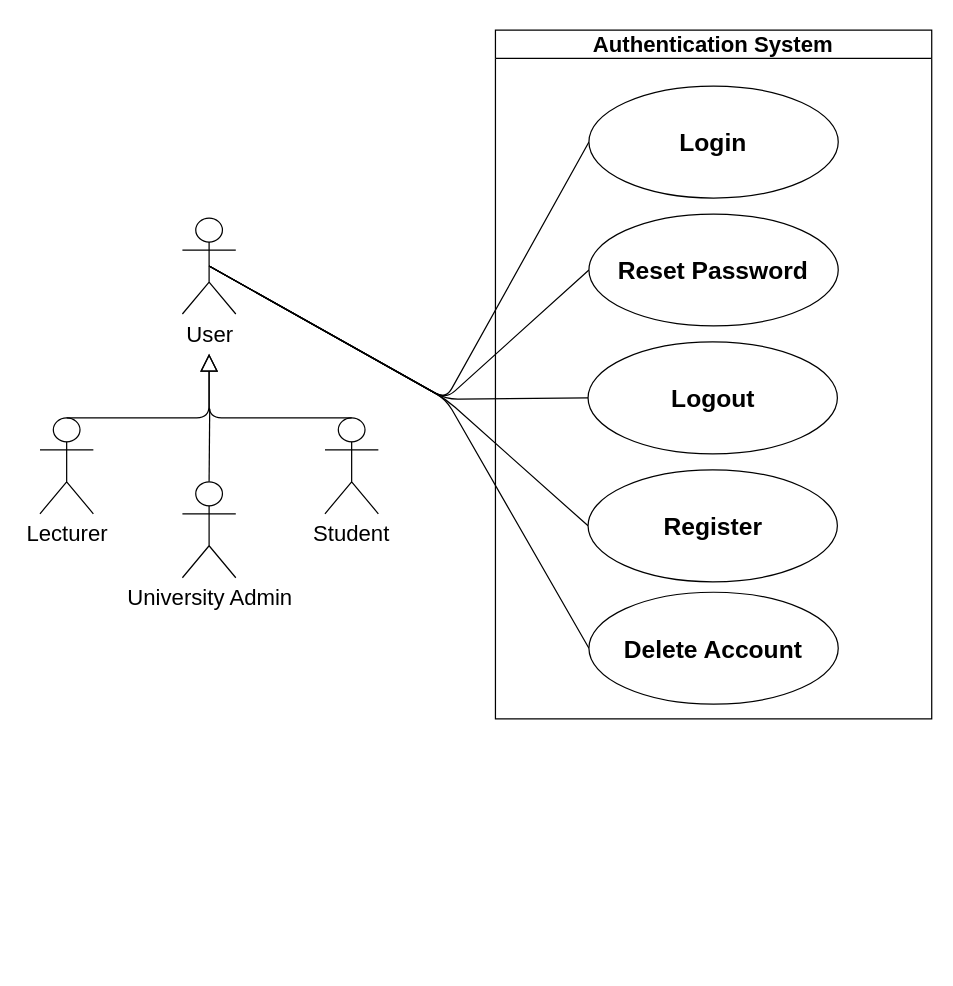
COS301-SE-2026/UMTAS keeps this draw.io diagram as page "Authentication System" (1 of 16) of docs/diagrams/requirements/Requirements.drawio. Above is the earlier version. Source tidied: cells renumbered, new cells numbered last; positions are measured from the earlier drawing's top-left corner, leaving out a move shared by most shapes. Both pictures are drawn from the tidied source at 123%, with x=0, y=0 at pixel (21, 30).
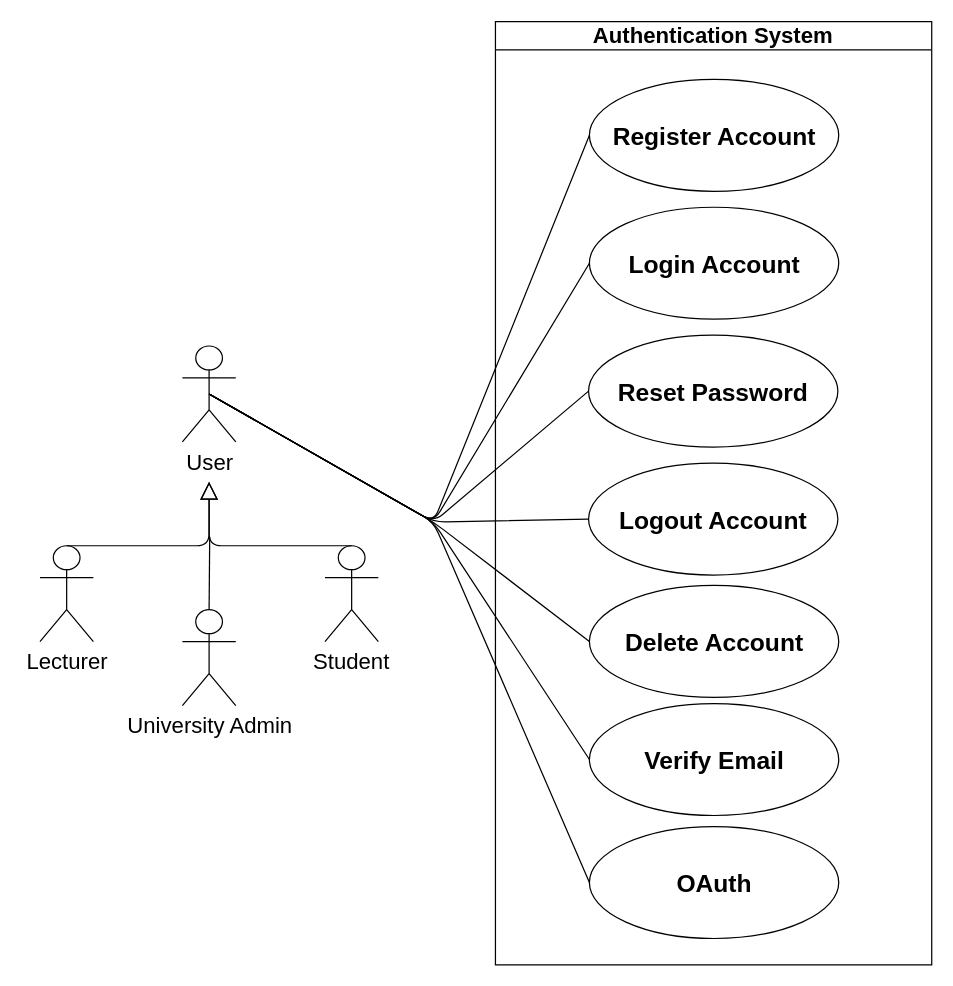
Above is the later version.

Change to the diagram source:
```diff
@@
-    <mxCell id="2" style="group;" parent="1" vertex="1">
-      <mxGeometry width="740" height="560" as="geometry" />
-    </mxCell>
+    <mxCell id="21" style="group;" parent="1" vertex="1">
+      <mxGeometry x="15" y="-7" width="725" height="767" as="geometry" />
+    </mxCell>
-    <mxCell id="3" style="endArrow=none;html=1;exitX=0.5;exitY=0;exitDx=0;exitDy=0;exitPerimeter=0;" parent="2" edge="1" source="11">
+    <mxCell id="3" style="endArrow=none;html=1;exitX=0.5;exitY=0;exitDx=0;exitDy=0;exitPerimeter=0;" parent="21" edge="1" source="11">
       <mxGeometry relative="1" as="geometry">
-        <mxPoint x="153" y="307.9" as="targetPoint" />
+        <mxPoint x="138" y="418.9" as="targetPoint" />
       </mxGeometry>
     </mxCell>
-    <mxCell id="4" style="endArrow=none;html=1;exitX=0.5;exitY=0.5;exitDx=0;exitDy=0;exitPerimeter=0;entryX=0;entryY=0.5;entryDx=0;entryDy=0;" parent="2" edge="1" source="9" target="16">
+    <mxCell id="4" style="endArrow=none;html=1;exitX=0.5;exitY=0.5;exitDx=0;exitDy=0;exitPerimeter=0;entryX=0;entryY=0.5;entryDx=0;entryDy=0;" parent="21" edge="1" source="9" target="16">
       <mxGeometry relative="1" as="geometry">
         <Array as="points">
-          <mxPoint x="345" y="300" />
+          <mxPoint x="320" y="407" />
         </Array>
       </mxGeometry>
     </mxCell>
-    <mxCell id="5" style="endArrow=none;html=1;exitX=0.5;exitY=0.5;exitDx=0;exitDy=0;exitPerimeter=0;entryX=0;entryY=0.5;entryDx=0;entryDy=0;" parent="2" edge="1" source="9" target="17">
+    <mxCell id="5" style="endArrow=none;html=1;exitX=0.5;exitY=0.5;exitDx=0;exitDy=0;exitPerimeter=0;entryX=0;entryY=0.5;entryDx=0;entryDy=0;" parent="21" edge="1" source="9" target="17">
       <mxGeometry relative="1" as="geometry">
         <Array as="points">
-          <mxPoint x="345" y="300" />
+          <mxPoint x="320" y="407" />
         </Array>
       </mxGeometry>
     </mxCell>
-    <mxCell id="6" style="endArrow=none;html=1;entryX=0.5;entryY=0.5;entryDx=0;entryDy=0;entryPerimeter=0;exitX=0;exitY=0.5;exitDx=0;exitDy=0;" parent="2" edge="1" source="18" target="9">
+    <mxCell id="6" style="endArrow=none;html=1;entryX=0.5;entryY=0.5;entryDx=0;entryDy=0;entryPerimeter=0;exitX=0;exitY=0.5;exitDx=0;exitDy=0;" parent="21" edge="1" source="18" target="9">
       <mxGeometry relative="1" as="geometry">
         <Array as="points">
-          <mxPoint x="345" y="300" />
+          <mxPoint x="320" y="407" />
         </Array>
       </mxGeometry>
     </mxCell>
-    <mxCell id="7" style="endArrow=none;html=1;exitX=0.5;exitY=0.5;exitDx=0;exitDy=0;exitPerimeter=0;entryX=0;entryY=0.5;entryDx=0;entryDy=0;" parent="2" edge="1" source="9" target="19">
+    <mxCell id="7" style="endArrow=none;html=1;exitX=0.5;exitY=0.5;exitDx=0;exitDy=0;exitPerimeter=0;entryX=0;entryY=0.5;entryDx=0;entryDy=0;" parent="21" edge="1" source="9" target="19">
       <mxGeometry relative="1" as="geometry">
         <Array as="points">
-          <mxPoint x="345" y="300" />
+          <mxPoint x="320" y="407" />
         </Array>
       </mxGeometry>
     </mxCell>
-    <mxCell id="8" style="endArrow=none;html=1;exitX=0.5;exitY=0.5;exitDx=0;exitDy=0;exitPerimeter=0;entryX=0;entryY=0.5;entryDx=0;entryDy=0;" parent="2" edge="1" source="9" target="20">
+    <mxCell id="8" style="endArrow=none;html=1;exitX=0.5;exitY=0.5;exitDx=0;exitDy=0;exitPerimeter=0;entryX=0;entryY=0.5;entryDx=0;entryDy=0;" parent="21" edge="1" source="9" target="20">
       <mxGeometry relative="1" as="geometry">
         <Array as="points">
-          <mxPoint x="345" y="300" />
+          <mxPoint x="320" y="407" />
         </Array>
       </mxGeometry>
     </mxCell>
-    <mxCell id="9" value="&lt;font style=&quot;font-size: 18px;&quot;&gt;User&lt;/font&gt;" style="shape=umlActor;verticalLabelPosition=bottom;verticalAlign=top;html=1;outlineConnect=0;" parent="2" vertex="1">
-      <mxGeometry x="130.8" y="152.8" width="43.4" height="78" as="geometry" />
+    <mxCell id="9" value="&lt;font style=&quot;font-size: 18px;&quot;&gt;User&lt;/font&gt;" style="shape=umlActor;verticalLabelPosition=bottom;verticalAlign=top;html=1;outlineConnect=0;" parent="21" vertex="1">
+      <mxGeometry x="115.8" y="263.8" width="43.4" height="78" as="geometry" />
     </mxCell>
-    <mxCell id="10" value="&lt;font style=&quot;font-size: 18px;&quot;&gt;Lecturer&lt;/font&gt;" style="shape=umlActor;verticalLabelPosition=bottom;verticalAlign=top;html=1;outlineConnect=0;" parent="2" vertex="1">
-      <mxGeometry x="15" y="315.2" width="43.4" height="78" as="geometry" />
+    <mxCell id="10" value="&lt;font style=&quot;font-size: 18px;&quot;&gt;Lecturer&lt;/font&gt;" style="shape=umlActor;verticalLabelPosition=bottom;verticalAlign=top;html=1;outlineConnect=0;" parent="21" vertex="1">
+      <mxGeometry y="426.2" width="43.4" height="78" as="geometry" />
     </mxCell>
-    <mxCell id="11" value="&lt;font style=&quot;font-size: 18px;&quot;&gt;University Admin&lt;/font&gt;" style="shape=umlActor;verticalLabelPosition=bottom;verticalAlign=top;html=1;outlineConnect=0;" parent="2" vertex="1">
-      <mxGeometry x="130.8" y="367.2" width="43.4" height="78" as="geometry" />
+    <mxCell id="11" value="&lt;font style=&quot;font-size: 18px;&quot;&gt;University Admin&lt;/font&gt;" style="shape=umlActor;verticalLabelPosition=bottom;verticalAlign=top;html=1;outlineConnect=0;" parent="21" vertex="1">
+      <mxGeometry x="115.8" y="478.2" width="43.4" height="78" as="geometry" />
     </mxCell>
-    <mxCell id="12" value="&lt;font style=&quot;font-size: 18px;&quot;&gt;Student&lt;/font&gt;" style="shape=umlActor;verticalLabelPosition=bottom;verticalAlign=top;html=1;outlineConnect=0;" parent="2" vertex="1">
-      <mxGeometry x="246.7" y="315.2" width="43.4" height="78" as="geometry" />
+    <mxCell id="12" value="&lt;font style=&quot;font-size: 18px;&quot;&gt;Student&lt;/font&gt;" style="shape=umlActor;verticalLabelPosition=bottom;verticalAlign=top;html=1;outlineConnect=0;" parent="21" vertex="1">
+      <mxGeometry x="231.7" y="426.2" width="43.4" height="78" as="geometry" />
     </mxCell>
-    <mxCell id="13" style="edgeStyle=none;html=1;endSize=12;endArrow=block;endFill=0;exitX=0.5;exitY=0;exitDx=0;exitDy=0;exitPerimeter=0;" parent="2" edge="1" source="10">
+    <mxCell id="13" style="edgeStyle=none;html=1;endSize=12;endArrow=block;endFill=0;exitX=0.5;exitY=0;exitDx=0;exitDy=0;exitPerimeter=0;" parent="21" edge="1" source="10">
       <mxGeometry relative="1" as="geometry">
-        <mxPoint x="152.5" y="263.2" as="targetPoint" />
+        <mxPoint x="137.5" y="374.2" as="targetPoint" />
         <Array as="points">
-          <mxPoint x="152.5" y="315.2" />
+          <mxPoint x="137.5" y="426.2" />
         </Array>
       </mxGeometry>
     </mxCell>
-    <mxCell id="14" style="edgeStyle=none;html=1;endSize=12;endArrow=block;endFill=0;exitX=0.5;exitY=0;exitDx=0;exitDy=0;exitPerimeter=0;" parent="2" edge="1" source="12">
+    <mxCell id="14" style="edgeStyle=none;html=1;endSize=12;endArrow=block;endFill=0;exitX=0.5;exitY=0;exitDx=0;exitDy=0;exitPerimeter=0;" parent="21" edge="1" source="12">
       <mxGeometry relative="1" as="geometry">
-        <mxPoint x="152.5" y="263.2" as="targetPoint" />
+        <mxPoint x="137.5" y="374.2" as="targetPoint" />
         <Array as="points">
-          <mxPoint x="152.5" y="315.2" />
+          <mxPoint x="137.5" y="426.2" />
         </Array>
       </mxGeometry>
     </mxCell>
-    <mxCell id="15" value="&lt;font style=&quot;font-size: 18px;&quot;&gt;Authentication System&lt;/font&gt;" style="swimlane;whiteSpace=wrap;html=1;" parent="2" vertex="1">
-      <mxGeometry x="385.3" width="354.7" height="560" as="geometry" />
+    <mxCell id="15" value="&lt;font style=&quot;font-size: 18px;&quot;&gt;Authentication System&lt;/font&gt;" style="swimlane;whiteSpace=wrap;html=1;" parent="21" vertex="1">
+      <mxGeometry x="370.3" width="354.7" height="767" as="geometry" />
     </mxCell>
-    <mxCell id="16" value="&lt;font style=&quot;font-size: 20px;&quot;&gt;&lt;b&gt;Logout&lt;/b&gt;&lt;/font&gt;" style="ellipse;whiteSpace=wrap;html=1;" parent="2" vertex="1">
-      <mxGeometry x="460.6" y="253.5" width="202.7" height="91" as="geometry" />
-    </mxCell>
-    <mxCell id="17" value="&lt;font style=&quot;font-size: 20px;&quot;&gt;&lt;b&gt;Login&lt;/b&gt;&lt;/font&gt;" style="ellipse;whiteSpace=wrap;html=1;" parent="2" vertex="1">
-      <mxGeometry x="461.3" y="45.5" width="202.7" height="91" as="geometry" />
+    <mxCell id="17" value="&lt;font style=&quot;font-size: 20px;&quot;&gt;&lt;b&gt;Register Account&lt;/b&gt;&lt;/font&gt;" style="ellipse;whiteSpace=wrap;html=1;" parent="15" vertex="1">
+      <mxGeometry x="76.4" y="47" width="202.7" height="91" as="geometry" />
     </mxCell>
-    <mxCell id="18" value="&lt;font style=&quot;font-size: 20px;&quot;&gt;&lt;b&gt;Reset Password&lt;/b&gt;&lt;/font&gt;" style="ellipse;whiteSpace=wrap;html=1;" parent="2" vertex="1">
-      <mxGeometry x="461.3" y="149.5" width="202.7" height="91" as="geometry" />
+    <mxCell id="18" value="&lt;font style=&quot;font-size: 20px;&quot;&gt;&lt;b&gt;Login Account&lt;/b&gt;&lt;/font&gt;" style="ellipse;whiteSpace=wrap;html=1;" parent="15" vertex="1">
+      <mxGeometry x="76.4" y="151" width="202.7" height="91" as="geometry" />
     </mxCell>
+    <mxCell id="16" value="&lt;font style=&quot;font-size: 20px;&quot;&gt;&lt;b&gt;Reset Password&lt;/b&gt;&lt;/font&gt;" style="ellipse;whiteSpace=wrap;html=1;" parent="15" vertex="1">
+      <mxGeometry x="75.7" y="255" width="202.7" height="91" as="geometry" />
+    </mxCell>
-    <mxCell id="19" value="&lt;font style=&quot;font-size: 20px;&quot;&gt;&lt;b&gt;Register&lt;/b&gt;&lt;/font&gt;" style="ellipse;whiteSpace=wrap;html=1;" parent="2" vertex="1">
-      <mxGeometry x="460.6" y="357.5" width="202.7" height="91" as="geometry" />
+    <mxCell id="19" value="&lt;font style=&quot;font-size: 20px;&quot;&gt;&lt;b&gt;Logout Account&lt;/b&gt;&lt;/font&gt;" style="ellipse;whiteSpace=wrap;html=1;" parent="15" vertex="1">
+      <mxGeometry x="75.7" y="359" width="202.7" height="91" as="geometry" />
     </mxCell>
-    <mxCell id="20" value="&lt;font style=&quot;font-size: 20px;&quot;&gt;&lt;b&gt;Delete Account&lt;/b&gt;&lt;/font&gt;" style="ellipse;whiteSpace=wrap;html=1;" parent="2" vertex="1">
-      <mxGeometry x="461.3" y="457" width="202.7" height="91" as="geometry" />
+    <mxCell id="20" value="&lt;font style=&quot;font-size: 20px;&quot;&gt;&lt;b&gt;Delete Account&lt;/b&gt;&lt;/font&gt;" style="ellipse;whiteSpace=wrap;html=1;" parent="15" vertex="1">
+      <mxGeometry x="76.4" y="458.5" width="202.7" height="91" as="geometry" />
     </mxCell>
+    <mxCell id="22" value="&lt;font style=&quot;font-size: 20px;&quot;&gt;&lt;b&gt;Verify Email&lt;/b&gt;&lt;/font&gt;" style="ellipse;whiteSpace=wrap;html=1;" parent="15" vertex="1">
+      <mxGeometry x="76.4" y="554.5" width="202.7" height="91" as="geometry" />
+    </mxCell>
+    <mxCell id="23" value="&lt;font style=&quot;font-size: 20px;&quot;&gt;&lt;b&gt;OAuth&lt;/b&gt;&lt;/font&gt;" style="ellipse;whiteSpace=wrap;html=1;" parent="15" vertex="1">
+      <mxGeometry x="76.4" y="654.5" width="202.7" height="91" as="geometry" />
+    </mxCell>
+    <mxCell id="24" style="endArrow=none;html=1;exitX=0.5;exitY=0.5;exitDx=0;exitDy=0;exitPerimeter=0;entryX=0;entryY=0.5;entryDx=0;entryDy=0;" parent="21" edge="1" source="9" target="22">
+      <mxGeometry relative="1" as="geometry">
+        <Array as="points">
+          <mxPoint x="320" y="407" />
+        </Array>
+      </mxGeometry>
+    </mxCell>
+    <mxCell id="25" style="endArrow=none;html=1;exitX=0.5;exitY=0.5;exitDx=0;exitDy=0;exitPerimeter=0;entryX=0;entryY=0.5;entryDx=0;entryDy=0;" parent="21" edge="1" source="9" target="23">
+      <mxGeometry relative="1" as="geometry">
+        <Array as="points">
+          <mxPoint x="320" y="407" />
+        </Array>
+      </mxGeometry>
+    </mxCell>
```
